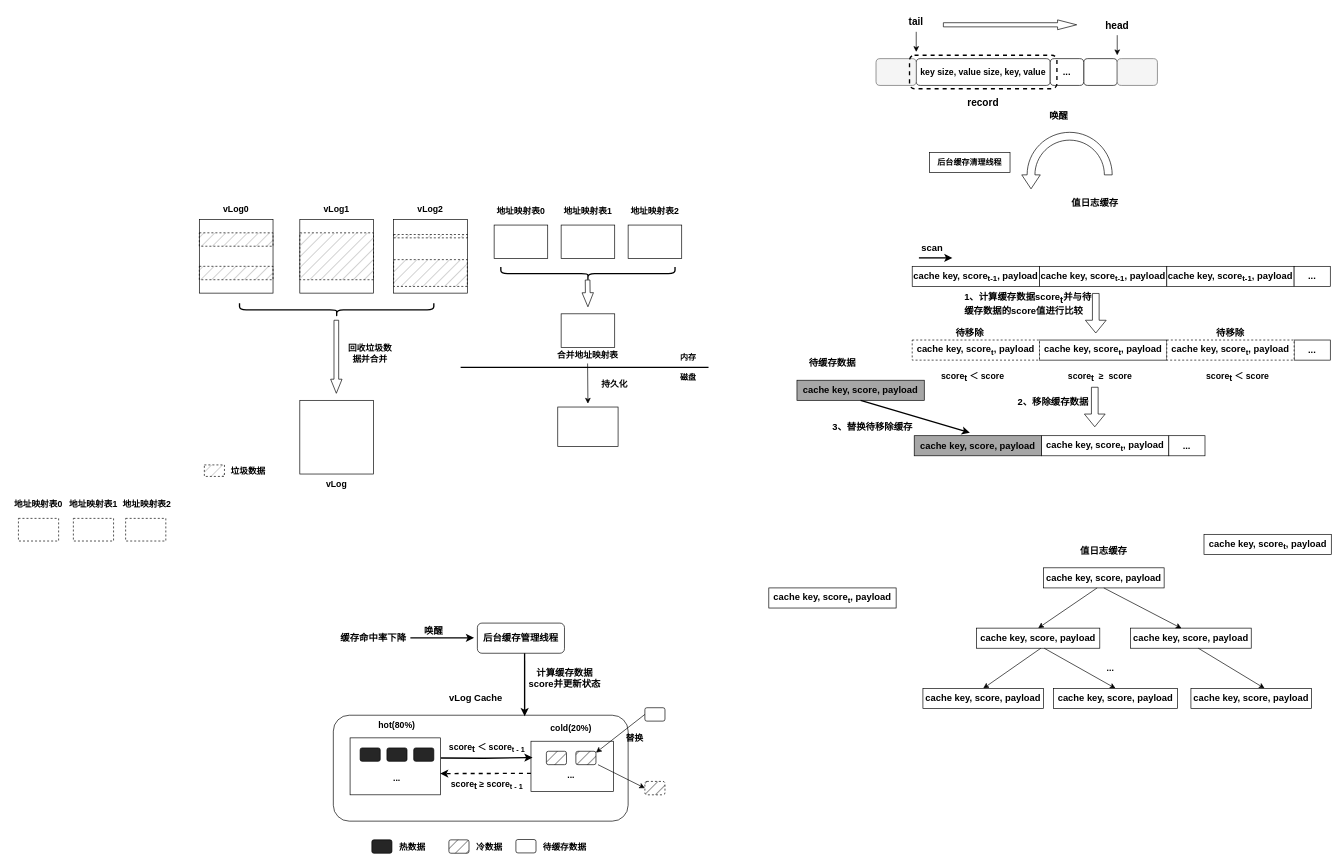
The draw.io diagram page "第 2 页" (2 of 3) of RabbitKV.drawio in yeqiyi/drawIO, before the edit. Source tidied: cells renumbered, new cells numbered last; positions are measured from the earlier drawing's top-left corner, leaving out a move shared by most shapes. Both pictures are drawn from the tidied source at 67%, with x=0, y=0 at pixel (11, 11).
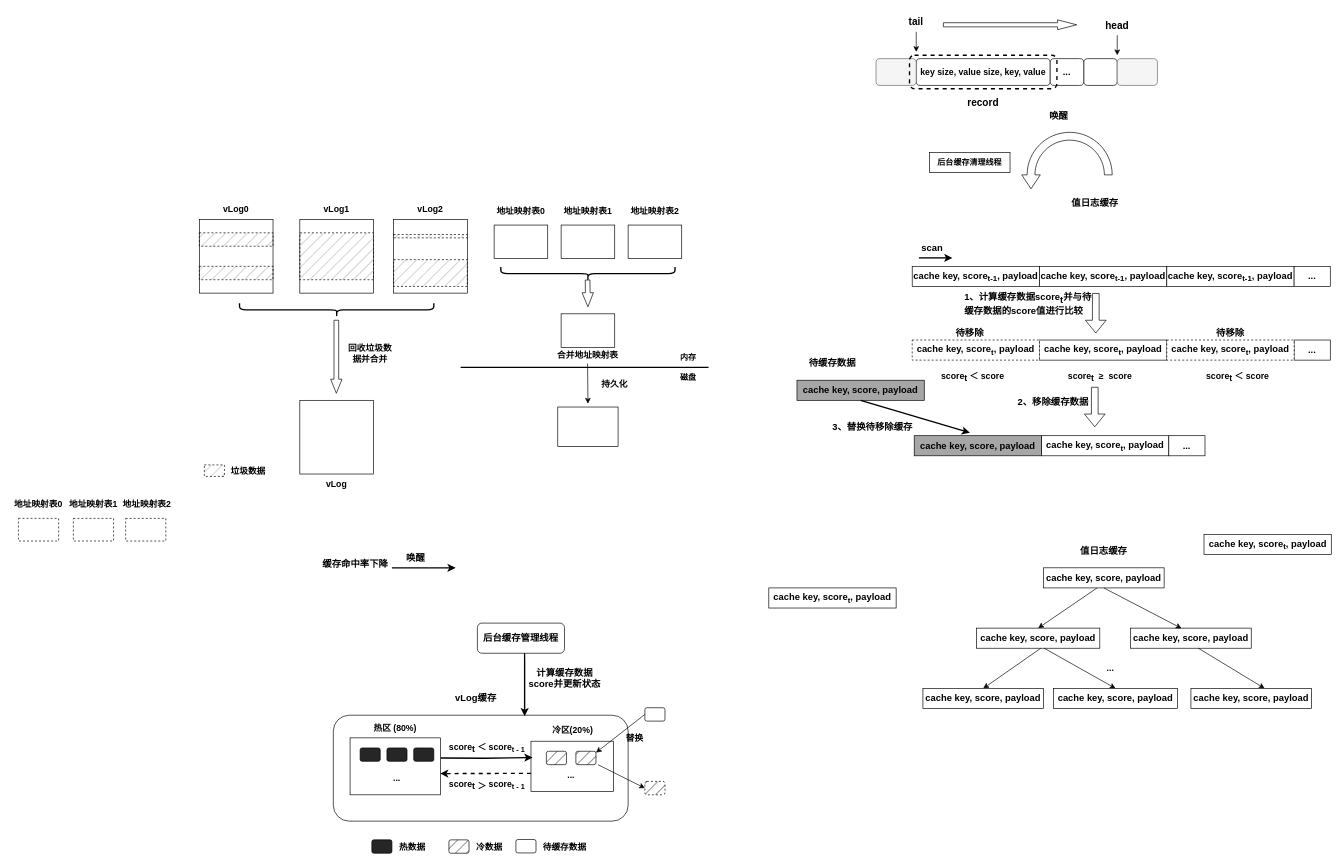
Above is the later version.

What changed in the source:
```diff
@@
-    <mxCell id="101" value="&lt;span style=&quot;font-size: 13px;&quot;&gt;&lt;b&gt;hot(80%)&lt;/b&gt;&lt;/span&gt;" style="text;html=1;strokeColor=none;fillColor=none;align=center;verticalAlign=middle;whiteSpace=wrap;rounded=0;" parent="1" vertex="1">
-      <mxGeometry x="545" y="1048.8" width="60" height="30" as="geometry" />
+    <mxCell id="101" value="&lt;span style=&quot;font-size: 13px;&quot;&gt;&lt;b&gt;热区 (80%)&lt;/b&gt;&lt;/span&gt;" style="text;html=1;strokeColor=none;fillColor=none;align=center;verticalAlign=middle;whiteSpace=wrap;rounded=0;" parent="1" vertex="1">
+      <mxGeometry x="535" y="1053.8" width="75" height="31.2" as="geometry" />
     </mxCell>
@@
-    <mxCell id="103" value="&lt;span style=&quot;font-size: 13px;&quot;&gt;&lt;b&gt;cold(20%)&lt;/b&gt;&lt;/span&gt;" style="text;html=1;strokeColor=none;fillColor=none;align=center;verticalAlign=middle;whiteSpace=wrap;rounded=0;" parent="1" vertex="1">
-      <mxGeometry x="805" y="1053.8" width="60" height="30" as="geometry" />
+    <mxCell id="103" value="&lt;span style=&quot;font-size: 13px;&quot;&gt;&lt;b&gt;冷区(20%)&lt;/b&gt;&lt;/span&gt;" style="text;html=1;strokeColor=none;fillColor=none;align=center;verticalAlign=middle;whiteSpace=wrap;rounded=0;" parent="1" vertex="1">
+      <mxGeometry x="800" y="1053.8" width="75" height="36.2" as="geometry" />
     </mxCell>
@@
-    <mxCell id="118" value="&lt;span style=&quot;border-color: var(--border-color); font-size: 13px;&quot;&gt;&lt;font style=&quot;border-color: var(--border-color); font-size: 13px;&quot;&gt;&lt;b style=&quot;border-color: var(--border-color);&quot;&gt;score&lt;span style=&quot;border-color: var(--border-color);&quot;&gt;&lt;sub style=&quot;border-color: var(--border-color); font-size: 13px;&quot;&gt;t &lt;/sub&gt;&lt;span style=&quot;border-color: var(--border-color); font-size: 13px;&quot;&gt;≥&lt;/span&gt;&amp;nbsp;&lt;span style=&quot;border-color: var(--border-color);&quot;&gt;&lt;font style=&quot;border-color: var(--border-color);&quot;&gt;&lt;span style=&quot;border-color: var(--border-color);&quot;&gt;score&lt;sub style=&quot;border-color: var(--border-color);&quot;&gt;t - 1&lt;/sub&gt;&lt;/span&gt;&lt;/font&gt;&lt;/span&gt;&lt;/span&gt;&lt;/b&gt;&lt;br style=&quot;font-size: 13px;&quot;&gt;&lt;/font&gt;&lt;/span&gt;" style="text;html=1;strokeColor=none;fillColor=none;align=center;verticalAlign=middle;whiteSpace=wrap;rounded=0;fontSize=13;" parent="1" vertex="1">
+    <mxCell id="118" value="&lt;span style=&quot;border-color: var(--border-color); font-size: 13px;&quot;&gt;&lt;font style=&quot;border-color: var(--border-color); font-size: 13px;&quot;&gt;&lt;b style=&quot;border-color: var(--border-color);&quot;&gt;score&lt;span style=&quot;border-color: var(--border-color);&quot;&gt;&lt;sub style=&quot;border-color: var(--border-color); font-size: 13px;&quot;&gt;t ＞&lt;/sub&gt;&amp;nbsp;&lt;span style=&quot;border-color: var(--border-color);&quot;&gt;&lt;font style=&quot;border-color: var(--border-color);&quot;&gt;&lt;span style=&quot;border-color: var(--border-color);&quot;&gt;score&lt;sub style=&quot;border-color: var(--border-color);&quot;&gt;t - 1&lt;/sub&gt;&lt;/span&gt;&lt;/font&gt;&lt;/span&gt;&lt;/span&gt;&lt;/b&gt;&lt;br style=&quot;font-size: 13px;&quot;&gt;&lt;/font&gt;&lt;/span&gt;" style="text;html=1;strokeColor=none;fillColor=none;align=center;verticalAlign=middle;whiteSpace=wrap;rounded=0;fontSize=13;" parent="1" vertex="1">
       <mxGeometry x="635" y="1128.8" width="149" height="50" as="geometry" />
     </mxCell>
@@
-    <mxCell id="125" value="&lt;b&gt;&lt;font style=&quot;font-size: 14px;&quot;&gt;vLog Cache&lt;/font&gt;&lt;/b&gt;" style="text;html=1;strokeColor=none;fillColor=none;align=center;verticalAlign=middle;whiteSpace=wrap;rounded=0;" parent="1" vertex="1">
+    <mxCell id="125" value="&lt;b&gt;&lt;font style=&quot;font-size: 14px;&quot;&gt;vLog缓存&lt;/font&gt;&lt;/b&gt;" style="text;html=1;strokeColor=none;fillColor=none;align=center;verticalAlign=middle;whiteSpace=wrap;rounded=0;" parent="1" vertex="1">
       <mxGeometry x="642.5" y="1010" width="100" height="30" as="geometry" />
     </mxCell>
     <mxCell id="126" value="&lt;b&gt;&lt;font style=&quot;font-size: 14px;&quot;&gt;缓存命中率下降&lt;/font&gt;&lt;/b&gt;" style="text;html=1;strokeColor=none;fillColor=none;align=center;verticalAlign=middle;whiteSpace=wrap;rounded=0;" parent="1" vertex="1">
-      <mxGeometry x="490" y="920" width="100" height="30" as="geometry" />
+      <mxGeometry x="462.5" y="810" width="100" height="30" as="geometry" />
     </mxCell>
     <mxCell id="127" style="endArrow=classic;html=1;rounded=0;strokeWidth=2;" parent="1" edge="1">
       <mxGeometry relative="1" as="geometry">
-        <mxPoint x="595" y="934.5" as="sourcePoint" />
-        <mxPoint x="690" y="934.5" as="targetPoint" />
+        <mxPoint x="567.5" y="830" as="sourcePoint" />
+        <mxPoint x="662.5" y="830" as="targetPoint" />
       </mxGeometry>
     </mxCell>
@@
     <mxCell id="129" value="&lt;b&gt;&lt;font style=&quot;font-size: 14px;&quot;&gt;唤醒&lt;/font&gt;&lt;/b&gt;" style="text;html=1;strokeColor=none;fillColor=none;align=center;verticalAlign=middle;whiteSpace=wrap;rounded=0;" parent="1" vertex="1">
-      <mxGeometry x="605" y="910" width="50" height="30" as="geometry" />
+      <mxGeometry x="577.5" y="800" width="50" height="30" as="geometry" />
     </mxCell>
```
